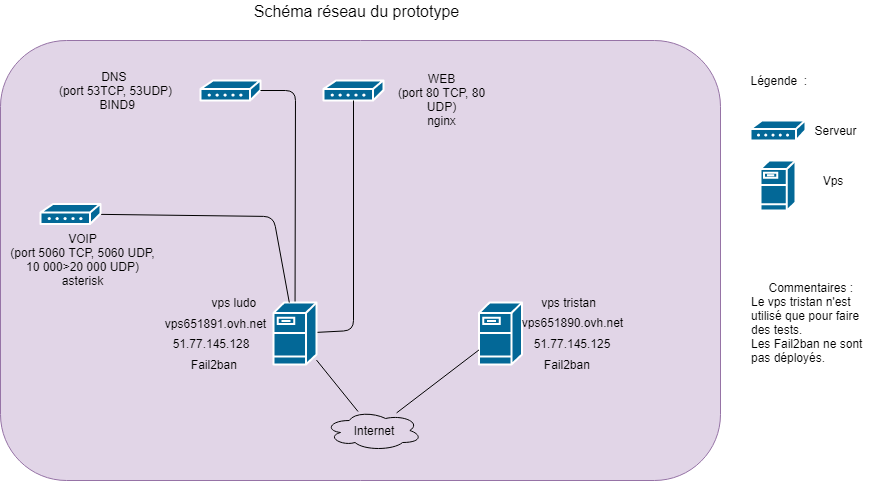
Before: schémas/WoodyToysVps.png, a diagram exported from draw.io (robinp12/Projet-Admin). Source tidied: cells renumbered, new cells last; positions are measured from the earlier drawing's top-left corner, leaving out a move shared by most shapes.
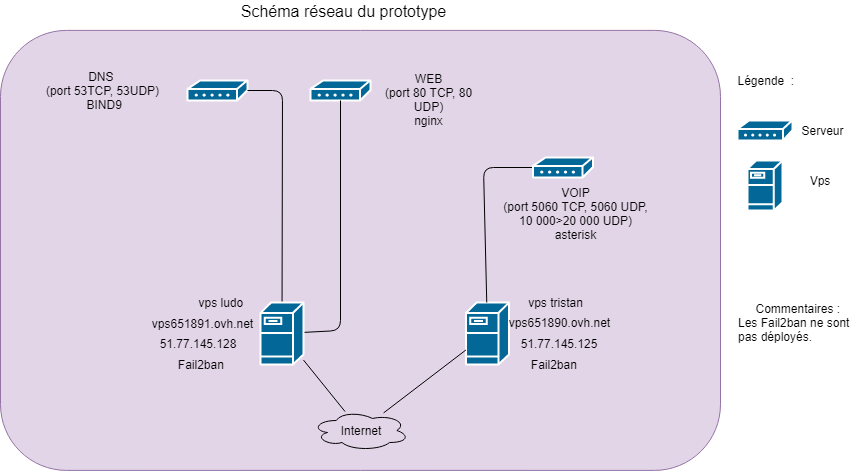
After the commit.

Change to the diagram source:
```diff
@@ -6,7 +6,7 @@
       <mxGeometry x="221.5" width="269" height="20" as="geometry" />
     </mxCell>
     <mxCell id="3" style="rounded=1;whiteSpace=wrap;html=1;fillColor=#e1d5e7;strokeColor=#9673a6;" parent="1" vertex="1">
-      <mxGeometry y="40" width="720" height="440" as="geometry" />
+      <mxGeometry x="13" y="29.9" width="720" height="440" as="geometry" />
     </mxCell>
     <mxCell id="4" style="shape=mxgraph.cisco.servers.fileserver;html=1;dashed=0;fillColor=#036897;strokeColor=#ffffff;strokeWidth=2;verticalLabelPosition=bottom;verticalAlign=top;align=center;outlineConnect=0;" parent="1" vertex="1">
       <mxGeometry x="478.5" y="302" width="43" height="62" as="geometry" />
@@ -76,18 +76,18 @@
     <mxCell id="23" value="Internet" style="text;html=1;strokeColor=none;fillColor=none;align=center;verticalAlign=middle;whiteSpace=wrap;rounded=0;" parent="1" vertex="1">
       <mxGeometry x="353" y="420" width="40" height="20" as="geometry" />
     </mxCell>
-    <mxCell id="24" style="endArrow=none;html=1;" parent="1" edge="1" source="25" target="16">
+    <mxCell id="24" style="endArrow=none;html=1;" parent="1" edge="1" source="25" target="4">
       <mxGeometry relative="1" as="geometry">
         <Array as="points">
-          <mxPoint x="273" y="216" />
+          <mxPoint x="496" y="167" />
         </Array>
       </mxGeometry>
     </mxCell>
     <mxCell id="25" style="shape=mxgraph.cisco.modems_and_phones.modem;html=1;dashed=0;fillColor=#036897;strokeColor=#ffffff;strokeWidth=2;verticalLabelPosition=bottom;verticalAlign=top;align=center;outlineConnect=0;" parent="1" vertex="1">
-      <mxGeometry x="40" y="203.5" width="60" height="20" as="geometry" />
+      <mxGeometry x="545.5" y="157" width="60" height="20" as="geometry" />
     </mxCell>
     <mxCell id="26" value="VOIP&lt;br&gt;(port 5060 TCP, 5060 UDP, 10 000&amp;gt;20 000 UDP)&lt;br&gt;asterisk&lt;br&gt;" style="text;html=1;strokeColor=none;fillColor=none;align=center;verticalAlign=middle;whiteSpace=wrap;rounded=0;" parent="1" vertex="1">
-      <mxGeometry x="5" y="250" width="155" height="20" as="geometry" />
+      <mxGeometry x="510.5" y="203.5" width="155" height="20" as="geometry" />
     </mxCell>
     <mxCell id="27" value="Légende&amp;nbsp; :&amp;nbsp;&lt;br&gt;" style="text;html=1;strokeColor=none;fillColor=none;align=center;verticalAlign=middle;whiteSpace=wrap;rounded=0;" parent="1" vertex="1">
       <mxGeometry x="725" y="60" width="110" height="40" as="geometry" />
@@ -104,7 +104,7 @@
     <mxCell id="31" value="Vps" style="text;html=1;strokeColor=none;fillColor=none;align=center;verticalAlign=middle;whiteSpace=wrap;rounded=0;" parent="1" vertex="1">
       <mxGeometry x="812" y="170" width="40" height="20" as="geometry" />
     </mxCell>
-    <mxCell id="32" value="Commentaires :&amp;nbsp;&lt;br&gt;&lt;div style=&quot;text-align: left&quot;&gt;Le vps tristan n'est utilisé que pour faire des tests.&lt;/div&gt;&lt;div style=&quot;text-align: left&quot;&gt;Les Fail2ban ne sont pas déployés.&lt;/div&gt;" style="text;html=1;strokeColor=none;fillColor=none;align=center;verticalAlign=middle;whiteSpace=wrap;rounded=0;" parent="1" vertex="1">
+    <mxCell id="32" value="Commentaires :&amp;nbsp;&lt;br&gt;&lt;div style=&quot;text-align: left&quot;&gt;Les Fail2ban ne sont pas déployés.&lt;/div&gt;" style="text;html=1;strokeColor=none;fillColor=none;align=center;verticalAlign=middle;whiteSpace=wrap;rounded=0;" parent="1" vertex="1">
       <mxGeometry x="750" y="244" width="125" height="157" as="geometry" />
     </mxCell>
   </root>
```
